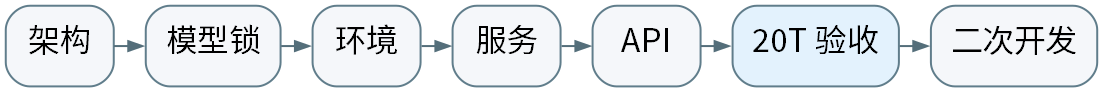
Earlier version of the Graphviz export src/experiment/img9/case9_lecture_route.png (zhouxzh/Ascend310). Its source is kept beside it as src/experiment/img9/case9_lecture_route.dot. Its diagram source:
```dot
digraph case9_lecture_route {
  graph [
    rankdir=LR,
    fontname="Noto Sans CJK SC",
    fontsize=16,
    size="8.5,2.4",
    ratio="compress",
    dpi=144,
    pad="0.04",
    nodesep="0.18",
    ranksep="0.22",
    splines="polyline",
    bgcolor="transparent"
  ];
  node [
    fontname="Noto Sans CJK SC",
    fontsize=16,
    margin="0.14,0.10",
    height="0.56",
    shape=box,
    style="rounded,filled",
    fillcolor="#F5F7FA",
    color="#607D8B"
  ];
  edge [
    fontname="Noto Sans CJK SC",
    fontsize=13,
    color="#546E7A",
    arrowsize="0.7"
  ];

  architecture [label="架构"];
  lock [label="模型锁"];
  env [label="环境"];
  service [label="服务"];
  api [label="API"];
  accept [label="20T 验收", fillcolor="#E3F2FD"];
  extend [label="二次开发"];

  architecture -> lock -> env -> service -> api -> accept -> extend;
}
```
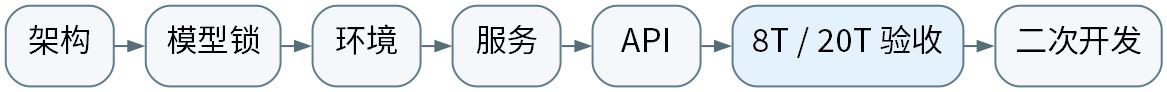
Above is the later version.

What changed in the source:
```diff
@@ -34,7 +34,7 @@
   env [label="环境"];
   service [label="服务"];
   api [label="API"];
-  accept [label="20T 验收", fillcolor="#E3F2FD"];
+  accept [label="8T / 20T 验收", fillcolor="#E3F2FD"];
   extend [label="二次开发"];
 
   architecture -> lock -> env -> service -> api -> accept -> extend;
```
